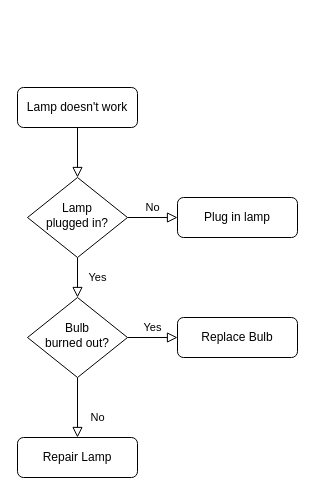
The draw.io diagram page "Flow-Chart" (1 of 2) of Alarm-Flow-Chart.drawio in Squing0/Calculator, before the edit. Source tidied: cells renumbered, new cells numbered last; positions are measured from the earlier drawing's top-left corner, leaving out a move shared by most shapes. Both pictures are drawn from the tidied source at 100%, with x=0, y=0 at pixel (17, 87).
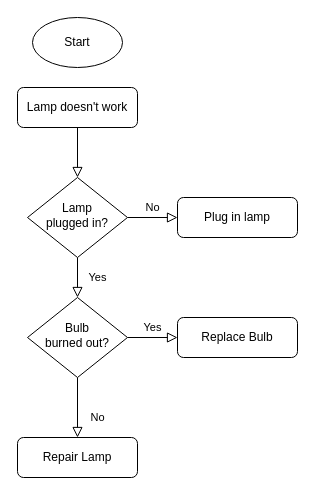
Above is the later version.

The edit, as a diff of the source:
```diff
@@
 <mxGraphModel>
   <root>
     <mxCell id="0" />
     <mxCell id="1" parent="0" />
     <mxCell id="2" style="rounded=0;html=1;jettySize=auto;fontSize=11;endArrow=block;endFill=0;endSize=8;strokeWidth=1;shadow=0;labelBackgroundColor=none;edgeStyle=orthogonalEdgeStyle;" parent="1" edge="1" source="3" target="6">
       <mxGeometry relative="1" as="geometry" />
     </mxCell>
     <mxCell id="3" value="Lamp doesn't work" style="rounded=1;whiteSpace=wrap;html=1;fontSize=12;glass=0;strokeWidth=1;shadow=0;" parent="1" vertex="1">
       <mxGeometry width="120" height="40" as="geometry" />
     </mxCell>
     <mxCell id="4" value="Yes" style="rounded=0;html=1;jettySize=auto;fontSize=11;endArrow=block;endFill=0;endSize=8;strokeWidth=1;shadow=0;labelBackgroundColor=none;edgeStyle=orthogonalEdgeStyle;" parent="1" edge="1" source="6" target="10">
       <mxGeometry y="20" relative="1" as="geometry" />
     </mxCell>
     <mxCell id="5" value="No" style="edgeStyle=orthogonalEdgeStyle;rounded=0;html=1;jettySize=auto;fontSize=11;endArrow=block;endFill=0;endSize=8;strokeWidth=1;shadow=0;labelBackgroundColor=none;" parent="1" edge="1" source="6" target="7">
       <mxGeometry y="10" relative="1" as="geometry" />
     </mxCell>
     <mxCell id="6" value="Lamp&lt;br&gt;plugged in?" style="rhombus;whiteSpace=wrap;html=1;shadow=0;fontFamily=Helvetica;fontSize=12;align=center;strokeWidth=1;spacing=6;spacingTop=-4;" parent="1" vertex="1">
       <mxGeometry x="10" y="90" width="100" height="80" as="geometry" />
     </mxCell>
     <mxCell id="7" value="Plug in lamp" style="rounded=1;whiteSpace=wrap;html=1;fontSize=12;glass=0;strokeWidth=1;shadow=0;" parent="1" vertex="1">
       <mxGeometry x="160" y="110" width="120" height="40" as="geometry" />
     </mxCell>
     <mxCell id="8" value="No" style="rounded=0;html=1;jettySize=auto;fontSize=11;endArrow=block;endFill=0;endSize=8;strokeWidth=1;shadow=0;labelBackgroundColor=none;edgeStyle=orthogonalEdgeStyle;" parent="1" edge="1" source="10" target="11">
       <mxGeometry x="0.33" y="20" relative="1" as="geometry" />
     </mxCell>
     <mxCell id="9" value="Yes" style="edgeStyle=orthogonalEdgeStyle;rounded=0;html=1;jettySize=auto;fontSize=11;endArrow=block;endFill=0;endSize=8;strokeWidth=1;shadow=0;labelBackgroundColor=none;" parent="1" edge="1" source="10" target="12">
       <mxGeometry y="10" relative="1" as="geometry" />
     </mxCell>
     <mxCell id="10" value="Bulb&lt;br&gt;burned out?" style="rhombus;whiteSpace=wrap;html=1;shadow=0;fontFamily=Helvetica;fontSize=12;align=center;strokeWidth=1;spacing=6;spacingTop=-4;" parent="1" vertex="1">
       <mxGeometry x="10" y="210" width="100" height="80" as="geometry" />
     </mxCell>
     <mxCell id="11" value="Repair Lamp" style="rounded=1;whiteSpace=wrap;html=1;fontSize=12;glass=0;strokeWidth=1;shadow=0;" parent="1" vertex="1">
       <mxGeometry y="350" width="120" height="40" as="geometry" />
     </mxCell>
     <mxCell id="12" value="Replace Bulb" style="rounded=1;whiteSpace=wrap;html=1;fontSize=12;glass=0;strokeWidth=1;shadow=0;" parent="1" vertex="1">
       <mxGeometry x="160" y="230" width="120" height="40" as="geometry" />
     </mxCell>
+    <mxCell id="13" value="Start" style="ellipse;whiteSpace=wrap;html=1;shadow=0;" parent="1" vertex="1">
+      <mxGeometry x="15" y="-70" width="90" height="50" as="geometry" />
+    </mxCell>
   </root>
 </mxGraphModel>
```
